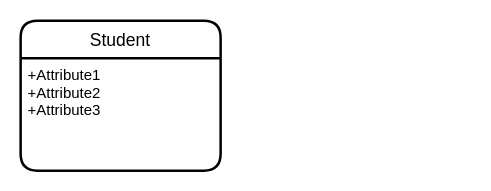
The draw.io diagram Untitled Diagram.drawio in GRImmortal/MySql-, before the edit. Source tidied: cells renumbered, new cells numbered last; positions are measured from the earlier drawing's top-left corner, leaving out a move shared by most shapes. Both pictures are drawn from the tidied source at 125%, with x=0, y=0 at pixel (20, 20).
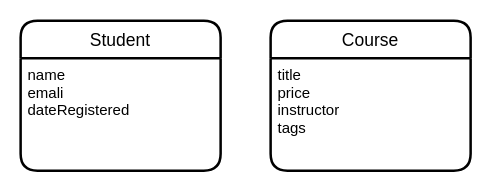
The same diagram, later.

Commit message:
数据库概念模型.drawio

Change to the diagram source:
```diff
@@
 <mxGraphModel>
   <root>
     <mxCell id="0" />
     <mxCell id="1" parent="0" />
     <mxCell id="2" value="Student" style="swimlane;horizontal=1;startSize=30;rounded=1;fontSize=14;fontStyle=0;strokeWidth=2;shadow=0;dashed=0;align=center;" parent="1" vertex="1">
       <mxGeometry width="160" height="120" as="geometry" />
     </mxCell>
-    <mxCell id="3" value="+Attribute1&#10;+Attribute2&#10;+Attribute3" style="align=left;strokeColor=none;fillColor=none;spacingLeft=4;fontSize=12;verticalAlign=top;" parent="2" vertex="1">
+    <mxCell id="3" value="name&#10;emali&#10;dateRegistered" style="align=left;strokeColor=none;fillColor=none;spacingLeft=4;fontSize=12;verticalAlign=top;" parent="2" vertex="1">
       <mxGeometry y="30" width="160" height="90" as="geometry" />
     </mxCell>
+    <mxCell id="4" value="Course" style="swimlane;horizontal=1;startSize=30;rounded=1;fontSize=14;fontStyle=0;strokeWidth=2;shadow=0;dashed=0;align=center;" parent="1" vertex="1">
+      <mxGeometry x="200" width="160" height="120" as="geometry" />
+    </mxCell>
+    <mxCell id="5" value="title&#10;price&#10;instructor&#10;tags" style="align=left;strokeColor=none;fillColor=none;spacingLeft=4;fontSize=12;verticalAlign=top;" parent="4" vertex="1">
+      <mxGeometry y="30" width="160" height="90" as="geometry" />
+    </mxCell>
   </root>
 </mxGraphModel>
```
